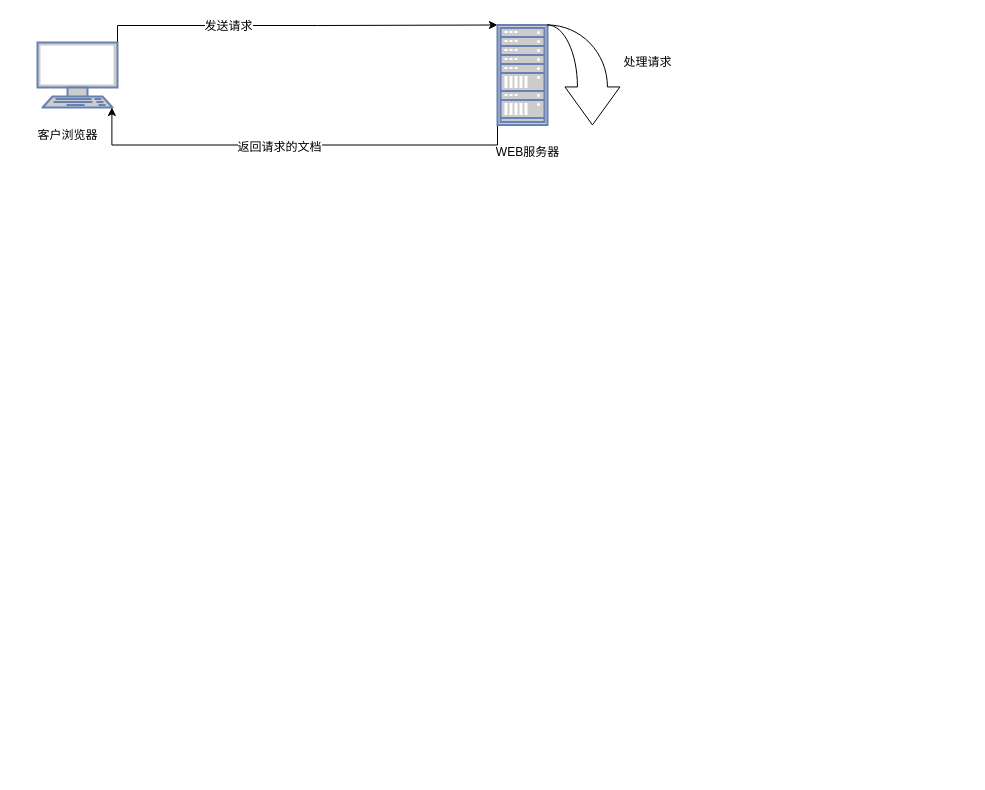
Earlier version of the draw.io diagram page "web物理组成" (5 of 5) of OCTANS.drawio (ipalyshare/private-doc). Source tidied: cells renumbered, new cells numbered last; positions are measured from the earlier drawing's top-left corner, leaving out a move shared by most shapes. Both pictures are drawn from the tidied source at 100%, with x=0, y=0 at pixel (27, 24).
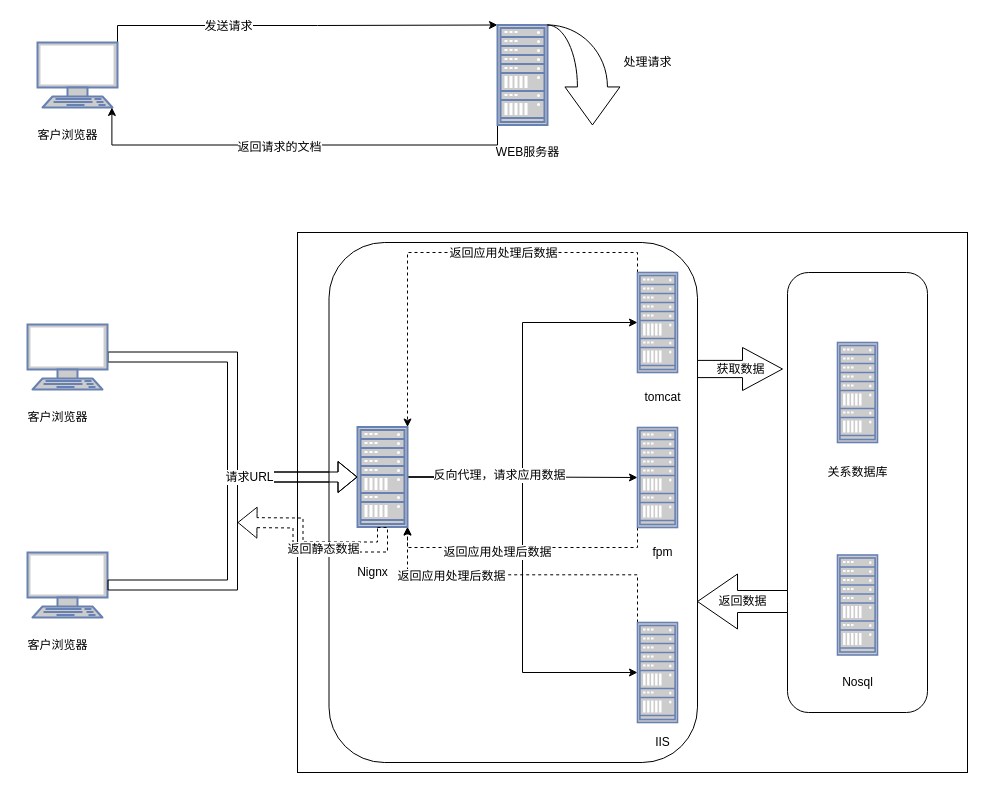
After the change.

What changed in the source:
```diff
@@
+    <mxCell id="12" style="rounded=0;whiteSpace=wrap;html=1;" parent="1" vertex="1">
+      <mxGeometry x="270" y="208" width="670" height="540" as="geometry" />
+    </mxCell>
+    <mxCell id="13" style="rounded=1;whiteSpace=wrap;html=1;" parent="1" vertex="1">
+      <mxGeometry x="760" y="248" width="140" height="440" as="geometry" />
+    </mxCell>
@@
+    <mxCell id="14" style="edgeStyle=orthogonalEdgeStyle;shape=flexArrow;rounded=0;jettySize=auto;html=1;exitX=1;exitY=0.5;exitDx=0;exitDy=0;exitPerimeter=0;entryX=0;entryY=0.5;entryDx=0;entryDy=0;entryPerimeter=0;" parent="1" edge="1" source="15" target="29">
+      <mxGeometry relative="1" as="geometry" />
+    </mxCell>
+    <mxCell id="15" style="fontColor=#0066CC;verticalAlign=top;verticalLabelPosition=bottom;labelPosition=center;align=center;html=1;outlineConnect=0;fillColor=#CCCCCC;strokeColor=#6881B3;gradientColor=none;gradientDirection=north;strokeWidth=2;shape=mxgraph.networks.terminal;" parent="1" vertex="1">
+      <mxGeometry y="300" width="80" height="65" as="geometry" />
+    </mxCell>
+    <mxCell id="16" value="客户浏览器" style="text;html=1;align=center;verticalAlign=middle;fillColor=none;strokeColor=none;rounded=0;" parent="1" vertex="1">
+      <mxGeometry x="-10" y="382.5" width="80" height="20" as="geometry" />
+    </mxCell>
+    <mxCell id="17" style="fontColor=#0066CC;verticalAlign=top;verticalLabelPosition=bottom;labelPosition=center;align=center;html=1;outlineConnect=0;fillColor=#CCCCCC;strokeColor=#6881B3;gradientColor=none;gradientDirection=north;strokeWidth=2;shape=mxgraph.networks.terminal;" parent="1" vertex="1">
+      <mxGeometry y="528" width="80" height="65" as="geometry" />
+    </mxCell>
+    <mxCell id="18" value="客户浏览器" style="text;html=1;align=center;verticalAlign=middle;fillColor=none;strokeColor=none;rounded=0;" parent="1" vertex="1">
+      <mxGeometry x="-10" y="610.5" width="80" height="20" as="geometry" />
+    </mxCell>
+    <mxCell id="19" style="fontColor=#0066CC;verticalAlign=top;verticalLabelPosition=bottom;labelPosition=center;align=center;html=1;fillColor=#CCCCCC;strokeColor=#6881B3;gradientColor=none;gradientDirection=north;strokeWidth=2;shape=mxgraph.networks.rack;" parent="1" vertex="1">
+      <mxGeometry x="810" y="318" width="40" height="100" as="geometry" />
+    </mxCell>
+    <mxCell id="20" style="fontColor=#0066CC;verticalAlign=top;verticalLabelPosition=bottom;labelPosition=center;align=center;html=1;fillColor=#CCCCCC;strokeColor=#6881B3;gradientColor=none;gradientDirection=north;strokeWidth=2;shape=mxgraph.networks.rack;" parent="1" vertex="1">
+      <mxGeometry x="810" y="530.5" width="40" height="100" as="geometry" />
+    </mxCell>
+    <mxCell id="21" value="关系数据库" style="text;html=1;align=center;verticalAlign=middle;fillColor=none;strokeColor=none;rounded=0;" parent="1" vertex="1">
+      <mxGeometry x="790" y="438" width="80" height="20" as="geometry" />
+    </mxCell>
+    <mxCell id="22" value="Nosql" style="text;html=1;align=center;verticalAlign=middle;fillColor=none;strokeColor=none;rounded=0;" parent="1" vertex="1">
+      <mxGeometry x="805" y="648" width="50" height="20" as="geometry" />
+    </mxCell>
+    <mxCell id="23" value="获取数据" style="html=1;shadow=0;dashed=0;align=center;verticalAlign=middle;shape=mxgraph.arrows2.arrow;dy=0.6;dx=40;notch=0;" parent="1" vertex="1">
+      <mxGeometry x="670" y="323" width="85" height="43" as="geometry" />
+    </mxCell>
+    <mxCell id="24" style="rounded=1;whiteSpace=wrap;html=1;" parent="1" vertex="1">
+      <mxGeometry x="301.5" y="218" width="368.5" height="520" as="geometry" />
+    </mxCell>
+    <mxCell id="25" style="edgeStyle=orthogonalEdgeStyle;rounded=0;jettySize=auto;html=1;exitX=1;exitY=0.5;exitDx=0;exitDy=0;exitPerimeter=0;entryX=0;entryY=0.5;entryDx=0;entryDy=0;entryPerimeter=0;" parent="1" edge="1" source="29" target="32">
+      <mxGeometry relative="1" as="geometry" />
+    </mxCell>
+    <mxCell id="26" style="edgeStyle=orthogonalEdgeStyle;rounded=0;jettySize=auto;html=1;exitX=1;exitY=0.5;exitDx=0;exitDy=0;exitPerimeter=0;" parent="1" edge="1" source="29" target="35">
+      <mxGeometry relative="1" as="geometry" />
+    </mxCell>
+    <mxCell id="27" style="edgeStyle=orthogonalEdgeStyle;rounded=0;jettySize=auto;html=1;exitX=1;exitY=0.5;exitDx=0;exitDy=0;exitPerimeter=0;entryX=0;entryY=0.5;entryDx=0;entryDy=0;entryPerimeter=0;" parent="1" edge="1" source="29" target="38">
+      <mxGeometry relative="1" as="geometry" />
+    </mxCell>
+    <mxCell id="28" value="反向代理，请求应用数据" style="text;html=1;align=center;verticalAlign=middle;labelBackgroundColor=#ffffff;" parent="27" vertex="1">
+      <mxGeometry x="-0.57" y="2" relative="1" as="geometry" />
+    </mxCell>
+    <mxCell id="29" style="fontColor=#0066CC;verticalAlign=top;verticalLabelPosition=bottom;labelPosition=center;align=center;html=1;outlineConnect=0;fillColor=#CCCCCC;strokeColor=#6881B3;gradientColor=none;gradientDirection=north;strokeWidth=2;shape=mxgraph.networks.rack;" parent="1" vertex="1">
+      <mxGeometry x="330" y="402.5" width="50" height="100" as="geometry" />
+    </mxCell>
+    <mxCell id="30" style="edgeStyle=orthogonalEdgeStyle;rounded=0;jettySize=auto;html=1;exitX=0;exitY=0;exitDx=0;exitDy=0;exitPerimeter=0;entryX=1;entryY=0;entryDx=0;entryDy=0;entryPerimeter=0;dashed=1;" parent="1" edge="1" source="32" target="29">
+      <mxGeometry relative="1" as="geometry" />
+    </mxCell>
+    <mxCell id="31" value="返回应用处理后数据" style="text;html=1;align=center;verticalAlign=middle;labelBackgroundColor=#ffffff;" parent="30" vertex="1">
+      <mxGeometry x="-0.27" relative="1" as="geometry" />
+    </mxCell>
+    <mxCell id="32" style="fontColor=#0066CC;verticalAlign=top;verticalLabelPosition=bottom;labelPosition=center;align=center;html=1;outlineConnect=0;fillColor=#CCCCCC;strokeColor=#6881B3;gradientColor=none;gradientDirection=north;strokeWidth=2;shape=mxgraph.networks.rack;" parent="1" vertex="1">
+      <mxGeometry x="610" y="248" width="40" height="100" as="geometry" />
+    </mxCell>
+    <mxCell id="33" style="edgeStyle=orthogonalEdgeStyle;rounded=0;jettySize=auto;html=1;exitX=0;exitY=1;exitDx=0;exitDy=0;exitPerimeter=0;entryX=1;entryY=1;entryDx=0;entryDy=0;entryPerimeter=0;dashed=1;" parent="1" edge="1" source="35" target="29">
+      <mxGeometry relative="1" as="geometry" />
+    </mxCell>
+    <mxCell id="34" value="返回应用处理后数据" style="text;html=1;align=center;verticalAlign=middle;labelBackgroundColor=#ffffff;" parent="33" vertex="1">
+      <mxGeometry x="0.19" y="4" relative="1" as="geometry" />
+    </mxCell>
+    <mxCell id="35" style="fontColor=#0066CC;verticalAlign=top;verticalLabelPosition=bottom;labelPosition=center;align=center;html=1;outlineConnect=0;fillColor=#CCCCCC;strokeColor=#6881B3;gradientColor=none;gradientDirection=north;strokeWidth=2;shape=mxgraph.networks.rack;" parent="1" vertex="1">
+      <mxGeometry x="610" y="403" width="40" height="100" as="geometry" />
+    </mxCell>
+    <mxCell id="36" style="edgeStyle=orthogonalEdgeStyle;rounded=0;jettySize=auto;html=1;exitX=0;exitY=0;exitDx=0;exitDy=0;exitPerimeter=0;entryX=1;entryY=1;entryDx=0;entryDy=0;entryPerimeter=0;dashed=1;" parent="1" edge="1" source="38" target="29">
+      <mxGeometry relative="1" as="geometry" />
+    </mxCell>
+    <mxCell id="37" value="返回应用处理后数据" style="text;html=1;align=center;verticalAlign=middle;labelBackgroundColor=#ffffff;" parent="36" vertex="1">
+      <mxGeometry x="0.44" y="1" relative="1" as="geometry" />
+    </mxCell>
+    <mxCell id="38" style="fontColor=#0066CC;verticalAlign=top;verticalLabelPosition=bottom;labelPosition=center;align=center;html=1;outlineConnect=0;fillColor=#CCCCCC;strokeColor=#6881B3;gradientColor=none;gradientDirection=north;strokeWidth=2;shape=mxgraph.networks.rack;" parent="1" vertex="1">
+      <mxGeometry x="610" y="598" width="40" height="100" as="geometry" />
+    </mxCell>
+    <mxCell id="39" value="Nignx" style="text;html=1;align=center;verticalAlign=middle;fillColor=none;strokeColor=none;rounded=0;" parent="1" vertex="1">
+      <mxGeometry x="320" y="538" width="50" height="20" as="geometry" />
+    </mxCell>
+    <mxCell id="40" value="tomcat" style="text;html=1;align=center;verticalAlign=middle;fillColor=none;strokeColor=none;rounded=0;" parent="1" vertex="1">
+      <mxGeometry x="610" y="362.5" width="50" height="20" as="geometry" />
+    </mxCell>
+    <mxCell id="41" value="fpm" style="text;html=1;align=center;verticalAlign=middle;fillColor=none;strokeColor=none;rounded=0;" parent="1" vertex="1">
+      <mxGeometry x="615" y="518" width="40" height="20" as="geometry" />
+    </mxCell>
+    <mxCell id="42" value="IIS" style="text;html=1;align=center;verticalAlign=middle;fillColor=none;strokeColor=none;rounded=0;" parent="1" vertex="1">
+      <mxGeometry x="620" y="708" width="30" height="20" as="geometry" />
+    </mxCell>
+    <mxCell id="43" style="edgeStyle=orthogonalEdgeStyle;shape=flexArrow;rounded=0;jettySize=auto;html=1;exitX=1;exitY=0.5;exitDx=0;exitDy=0;exitPerimeter=0;entryX=0;entryY=0.5;entryDx=0;entryDy=0;entryPerimeter=0;" parent="1" edge="1" source="17" target="29">
+      <mxGeometry relative="1" as="geometry" />
+    </mxCell>
+    <mxCell id="44" value="请求URL" style="text;html=1;align=center;verticalAlign=middle;labelBackgroundColor=#ffffff;" parent="43" vertex="1">
+      <mxGeometry x="0.39" relative="1" as="geometry" />
+    </mxCell>
+    <mxCell id="45" style="edgeStyle=orthogonalEdgeStyle;shape=flexArrow;rounded=0;jettySize=auto;html=1;exitX=0.5;exitY=1;exitDx=0;exitDy=0;exitPerimeter=0;dashed=1;" parent="1" edge="1" source="29">
+      <mxGeometry relative="1" as="geometry">
+        <mxPoint x="210" y="498" as="targetPoint" />
+      </mxGeometry>
+    </mxCell>
+    <mxCell id="46" value="返回静态数据" style="text;html=1;align=center;verticalAlign=middle;labelBackgroundColor=#ffffff;" parent="45" vertex="1">
+      <mxGeometry x="-0.15" y="2" relative="1" as="geometry" />
+    </mxCell>
+    <mxCell id="47" value="返回数据" style="html=1;shadow=0;dashed=0;align=center;verticalAlign=middle;shape=mxgraph.arrows2.arrow;dy=0.6;dx=40;flipH=1;notch=0;" parent="1" vertex="1">
+      <mxGeometry x="670" y="549.5" width="90" height="55" as="geometry" />
+    </mxCell>
```
